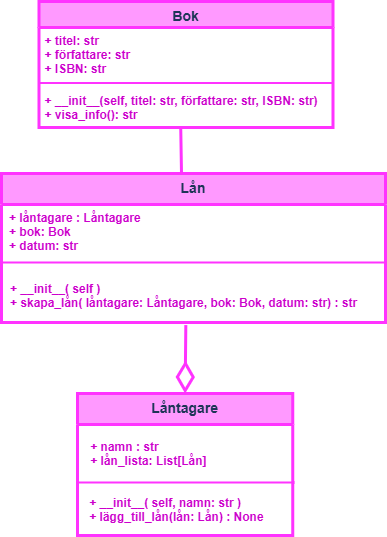
Before: images/prog2/classdiagram_ex1.png, a diagram exported from draw.io (lutosesa/programming). Source tidied: cells renumbered, new cells last; positions are measured from the earlier drawing's top-left corner, leaving out a move shared by most shapes.
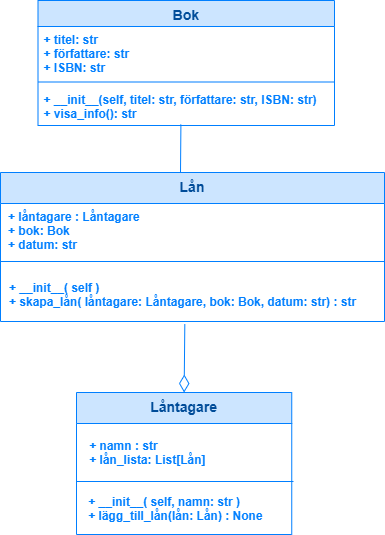
Above is the later version.

Diff of the diagram source:
```diff
@@ -2,48 +2,48 @@
   <root>
     <mxCell id="0" />
     <mxCell id="1" parent="0" />
-    <mxCell id="2" style="endArrow=diamondThin;endFill=0;endSize=24;html=1;rounded=0;strokeColor=#FF33FF;align=center;verticalAlign=middle;fontFamily=Helvetica;fontSize=11;fontColor=default;labelBackgroundColor=default;exitX=0.48;exitY=1.046;exitDx=0;exitDy=0;exitPerimeter=0;strokeWidth=3;spacingTop=0;entryX=0.5;entryY=0;entryDx=0;entryDy=0;" parent="1" edge="1" source="11" target="12">
+    <mxCell id="2" style="endArrow=diamondThin;endFill=0;endSize=15;html=1;rounded=0;strokeColor=#007FFF;align=center;verticalAlign=middle;fontFamily=Helvetica;fontSize=11;fontColor=default;labelBackgroundColor=default;exitX=0.48;exitY=1.046;exitDx=0;exitDy=0;exitPerimeter=0;strokeWidth=1;spacingTop=0;entryX=0.5;entryY=0;entryDx=0;entryDy=0;" parent="1" edge="1" source="11" target="12">
       <mxGeometry relative="1" as="geometry" />
     </mxCell>
-    <mxCell id="3" style="endArrow=none;html=1;rounded=0;strokeColor=#FF33FF;align=center;verticalAlign=middle;fontFamily=Helvetica;fontSize=11;fontColor=default;labelBackgroundColor=default;entryX=0.482;entryY=0.975;entryDx=0;entryDy=0;entryPerimeter=0;strokeWidth=3;" parent="1" edge="1" target="7">
+    <mxCell id="3" style="endArrow=none;html=1;rounded=0;strokeColor=#007FFF;align=center;verticalAlign=middle;fontFamily=Helvetica;fontSize=11;fontColor=default;labelBackgroundColor=default;entryX=0.482;entryY=0.975;entryDx=0;entryDy=0;entryPerimeter=0;strokeWidth=1;" parent="1" edge="1" target="7">
       <mxGeometry relative="1" as="geometry">
         <mxPoint x="180" y="172" as="sourcePoint" />
       </mxGeometry>
     </mxCell>
-    <mxCell id="4" value="Bok&#10;" style="swimlane;fontStyle=1;align=center;verticalAlign=top;horizontal=1;startSize=26;rounded=0;fillColor=#FF99FF;strokeColor=#FF33FF;fontColor=#1D3557;strokeWidth=3;fontSize=14;" parent="1" vertex="1">
-      <mxGeometry x="37.5" width="294" height="126" as="geometry" />
+    <mxCell id="4" value="Bok&#10;" style="swimlane;fontStyle=1;align=center;verticalAlign=top;horizontal=1;startSize=26;rounded=0;fillColor=#CCE5FF;strokeColor=#007FFF;fontColor=#004C99;strokeWidth=1;fontSize=14;" parent="1" vertex="1">
+      <mxGeometry x="37.5" width="296.5" height="125" as="geometry" />
     </mxCell>
-    <mxCell id="5" value="+ titel: str&#10;+ författare: str&#10;+ ISBN: str" style="text;strokeColor=none;fillColor=none;align=left;verticalAlign=top;spacingLeft=4;spacingRight=4;overflow=hidden;rounded=1;fontColor=#CC00CC;strokeWidth=2;fontStyle=1;" parent="4" vertex="1">
-      <mxGeometry y="26" width="294" height="51" as="geometry" />
+    <mxCell id="5" value="+ titel: str&#10;+ författare: str&#10;+ ISBN: str" style="text;strokeColor=none;fillColor=none;align=left;verticalAlign=top;spacingLeft=4;spacingRight=4;overflow=hidden;rounded=1;fontColor=#007FFF;strokeWidth=2;fontStyle=1;" parent="4" vertex="1">
+      <mxGeometry y="26" width="296.5" height="51" as="geometry" />
     </mxCell>
-    <mxCell id="6" style="line;strokeWidth=2;fillColor=none;align=left;verticalAlign=middle;spacingTop=-1;spacingLeft=3;spacingRight=3;labelPosition=right;rounded=1;labelBackgroundColor=none;strokeColor=#FF33FF;fontColor=#FF33FF;" parent="4" vertex="1">
-      <mxGeometry y="77" width="294" height="9" as="geometry" />
+    <mxCell id="6" style="line;strokeWidth=1;fillColor=none;align=left;verticalAlign=middle;spacingTop=-1;spacingLeft=3;spacingRight=3;labelPosition=right;rounded=1;labelBackgroundColor=none;strokeColor=#007FFF;fontColor=#FF33FF;" parent="4" vertex="1">
+      <mxGeometry y="77" width="296.5" height="9" as="geometry" />
     </mxCell>
-    <mxCell id="7" value="+ __init__(self, titel: str, författare: str, ISBN: str)&#10;+ visa_info(): str" style="text;strokeColor=none;fillColor=none;align=left;verticalAlign=top;spacingLeft=4;spacingRight=4;overflow=hidden;points=[[0,0.5],[1,0.5]];portConstraint=eastwest;rounded=1;fontColor=#CC00CC;fontStyle=1;strokeWidth=2;" parent="4" vertex="1">
-      <mxGeometry y="86" width="294" height="40" as="geometry" />
+    <mxCell id="7" value="+ __init__(self, titel: str, författare: str, ISBN: str)&#10;+ visa_info(): str" style="text;strokeColor=none;fillColor=none;align=left;verticalAlign=top;spacingLeft=4;spacingRight=4;overflow=hidden;points=[[0,0.5],[1,0.5]];portConstraint=eastwest;rounded=1;fontColor=#007FFF;fontStyle=1;strokeWidth=2;" parent="4" vertex="1">
+      <mxGeometry y="86" width="296.5" height="39" as="geometry" />
     </mxCell>
-    <mxCell id="8" value="Lån" style="swimlane;fontStyle=1;align=center;verticalAlign=top;horizontal=1;startSize=31;rounded=0;fillColor=#FF99FF;strokeColor=#FF33FF;fontColor=#1D3557;strokeWidth=3;fontSize=14;swimlaneLine=1;glass=0;shadow=0;" parent="1" vertex="1">
+    <mxCell id="8" value="Lån" style="swimlane;fontStyle=1;align=center;verticalAlign=top;horizontal=1;startSize=31;rounded=0;fillColor=#CCE5FF;strokeColor=#007FFF;fontColor=#004C99;strokeWidth=1;fontSize=14;swimlaneLine=1;glass=0;shadow=0;" parent="1" vertex="1">
       <mxGeometry y="172" width="384" height="149" as="geometry" />
     </mxCell>
-    <mxCell id="9" value="+ låntagare : Låntagare&#10;+ bok: Bok&#10;+ datum: str" style="text;strokeColor=none;fillColor=none;align=left;verticalAlign=middle;spacingLeft=4;spacingRight=4;overflow=hidden;rounded=1;fontColor=#CC00CC;spacing=4;fontStyle=1;strokeWidth=2;" parent="8" vertex="1">
+    <mxCell id="9" value="+ låntagare : Låntagare&#10;+ bok: Bok&#10;+ datum: str" style="text;strokeColor=none;fillColor=none;align=left;verticalAlign=middle;spacingLeft=4;spacingRight=4;overflow=hidden;rounded=1;fontColor=#007FFF;spacing=4;fontStyle=1;strokeWidth=2;" parent="8" vertex="1">
       <mxGeometry y="31" width="384" height="54" as="geometry" />
     </mxCell>
-    <mxCell id="10" style="line;strokeWidth=2;fillColor=none;align=left;verticalAlign=middle;spacingTop=-1;spacingLeft=3;spacingRight=3;labelPosition=right;rounded=1;labelBackgroundColor=#F1FAEE;strokeColor=#FF33FF;fontColor=#1D3557;" parent="8" vertex="1">
+    <mxCell id="10" style="line;strokeWidth=1;fillColor=none;align=left;verticalAlign=middle;spacingTop=-1;spacingLeft=3;spacingRight=3;labelPosition=right;rounded=1;labelBackgroundColor=#F1FAEE;strokeColor=#007FFF;fontColor=#1D3557;" parent="8" vertex="1">
       <mxGeometry y="85" width="384" height="8" as="geometry" />
     </mxCell>
-    <mxCell id="11" value="+ __init__( self )&#10;+ skapa_lån( låntagare: Låntagare, bok: Bok, datum: str) : str" style="text;strokeColor=none;fillColor=none;align=left;verticalAlign=middle;spacingLeft=4;spacingRight=4;overflow=hidden;points=[[0,0.5],[1,0.5]];portConstraint=eastwest;rounded=1;fontColor=#CC00CC;perimeterSpacing=0;fontStyle=1;spacingBottom=1;spacingTop=3;spacing=5;strokeWidth=2;" parent="8" vertex="1">
+    <mxCell id="11" value="+ __init__( self )&#10;+ skapa_lån( låntagare: Låntagare, bok: Bok, datum: str) : str" style="text;strokeColor=none;fillColor=none;align=left;verticalAlign=middle;spacingLeft=4;spacingRight=4;overflow=hidden;points=[[0,0.5],[1,0.5]];portConstraint=eastwest;rounded=1;fontColor=#007FFF;perimeterSpacing=0;fontStyle=1;spacingBottom=1;spacingTop=3;spacing=5;strokeWidth=2;" parent="8" vertex="1">
       <mxGeometry y="93" width="384" height="56" as="geometry" />
     </mxCell>
-    <mxCell id="12" value="Låntagare" style="swimlane;fontStyle=1;align=center;verticalAlign=top;horizontal=1;startSize=31;rounded=0;fillColor=#FF99FF;strokeColor=#FF33FF;fontColor=#1D3557;strokeWidth=3;fontSize=14;swimlaneLine=1;gradientColor=none;swimlaneFillColor=none;flipV=0;flipH=0;" parent="1" vertex="1">
+    <mxCell id="12" value="Låntagare" style="swimlane;fontStyle=1;align=center;verticalAlign=top;horizontal=1;startSize=31;rounded=0;fillColor=#CCE5FF;strokeColor=#007FFF;fontColor=#004C99;strokeWidth=1;fontSize=14;swimlaneLine=1;gradientColor=none;swimlaneFillColor=none;flipV=0;flipH=0;" parent="1" vertex="1">
       <mxGeometry x="76" y="392" width="215.2" height="142" as="geometry" />
     </mxCell>
-    <mxCell id="13" value="+ namn : str&#10;+ lån_lista: List[Lån]" style="text;strokeColor=none;fillColor=none;align=left;verticalAlign=middle;spacingLeft=4;spacingRight=4;overflow=hidden;rounded=1;fontColor=#CC00CC;spacing=4;fontStyle=1;strokeWidth=2;" parent="1" vertex="1">
+    <mxCell id="13" value="+ namn : str&#10;+ lån_lista: List[Lån]" style="text;strokeColor=none;fillColor=none;align=left;verticalAlign=middle;spacingLeft=4;spacingRight=4;overflow=hidden;rounded=1;fontColor=#007FFF;spacing=4;fontStyle=1;strokeWidth=2;" parent="1" vertex="1">
       <mxGeometry x="81.2" y="432" width="170" height="40" as="geometry" />
     </mxCell>
-    <mxCell id="14" style="line;strokeWidth=2;fillColor=none;align=left;verticalAlign=middle;spacingTop=-1;spacingLeft=3;spacingRight=3;labelPosition=right;rounded=1;labelBackgroundColor=#F1FAEE;strokeColor=#FF33FF;fontColor=#1D3557;" parent="1" vertex="1">
+    <mxCell id="14" style="line;strokeWidth=1;fillColor=none;align=left;verticalAlign=middle;spacingTop=-1;spacingLeft=3;spacingRight=3;labelPosition=right;rounded=1;labelBackgroundColor=#F1FAEE;strokeColor=#007FFF;fontColor=#1D3557;" parent="1" vertex="1">
       <mxGeometry x="76" y="479" width="217" height="4" as="geometry" />
     </mxCell>
-    <mxCell id="15" value="+ __init__( self, namn: str )&#10;+ lägg_till_lån(lån: Lån) : None" style="text;strokeColor=none;fillColor=none;align=left;verticalAlign=middle;spacingLeft=4;spacingRight=4;overflow=hidden;rounded=1;fontColor=#CC00CC;perimeterSpacing=0;fontStyle=1;spacingBottom=0;spacingTop=3;spacing=5;strokeWidth=1;" parent="1" vertex="1">
+    <mxCell id="15" value="+ __init__( self, namn: str )&#10;+ lägg_till_lån(lån: Lån) : None" style="text;strokeColor=none;fillColor=none;align=left;verticalAlign=middle;spacingLeft=4;spacingRight=4;overflow=hidden;rounded=1;fontColor=#007FFF;perimeterSpacing=0;fontStyle=1;spacingBottom=0;spacingTop=3;spacing=5;strokeWidth=1;" parent="1" vertex="1">
       <mxGeometry x="79.2" y="484" width="197.8" height="44" as="geometry" />
     </mxCell>
   </root>
```
